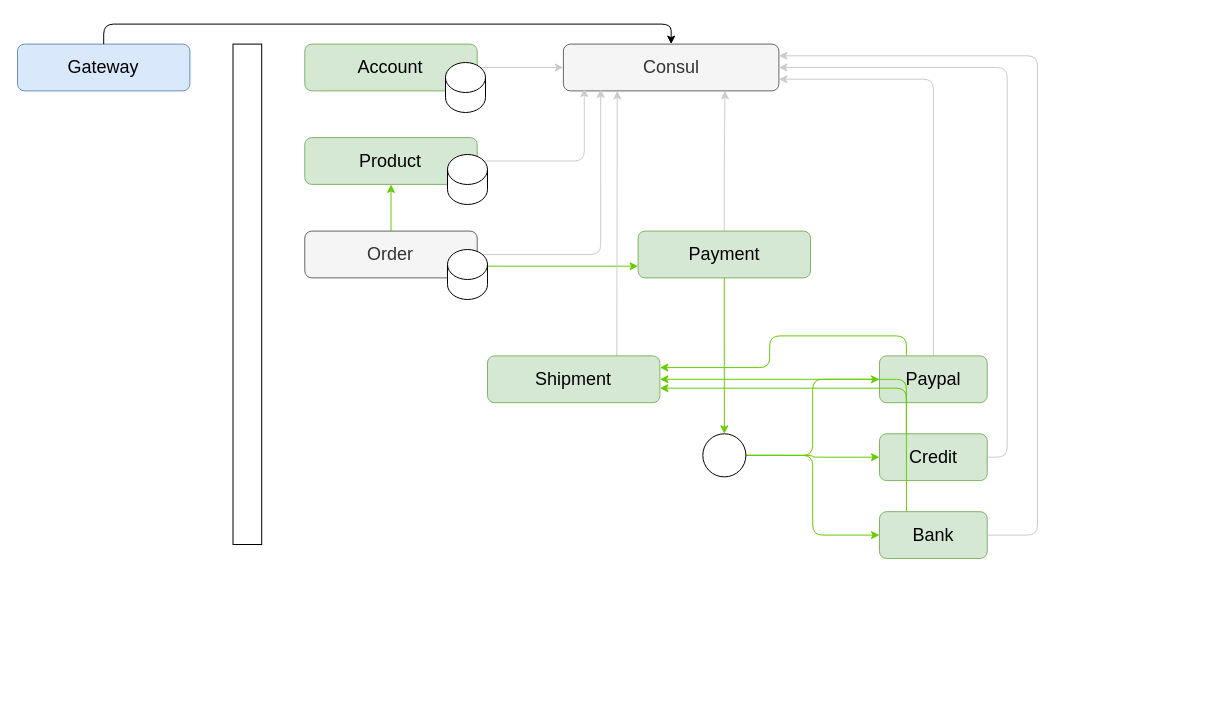
The draw.io diagram assignment.drawio in sainturb/miu-sa_rental-apartment, before the edit. Source tidied: cells renumbered, new cells numbered last; positions are measured from the earlier drawing's top-left corner, leaving out a move shared by most shapes. Both pictures are drawn from the tidied source at 100%, with x=0, y=0 at pixel (17, 28).
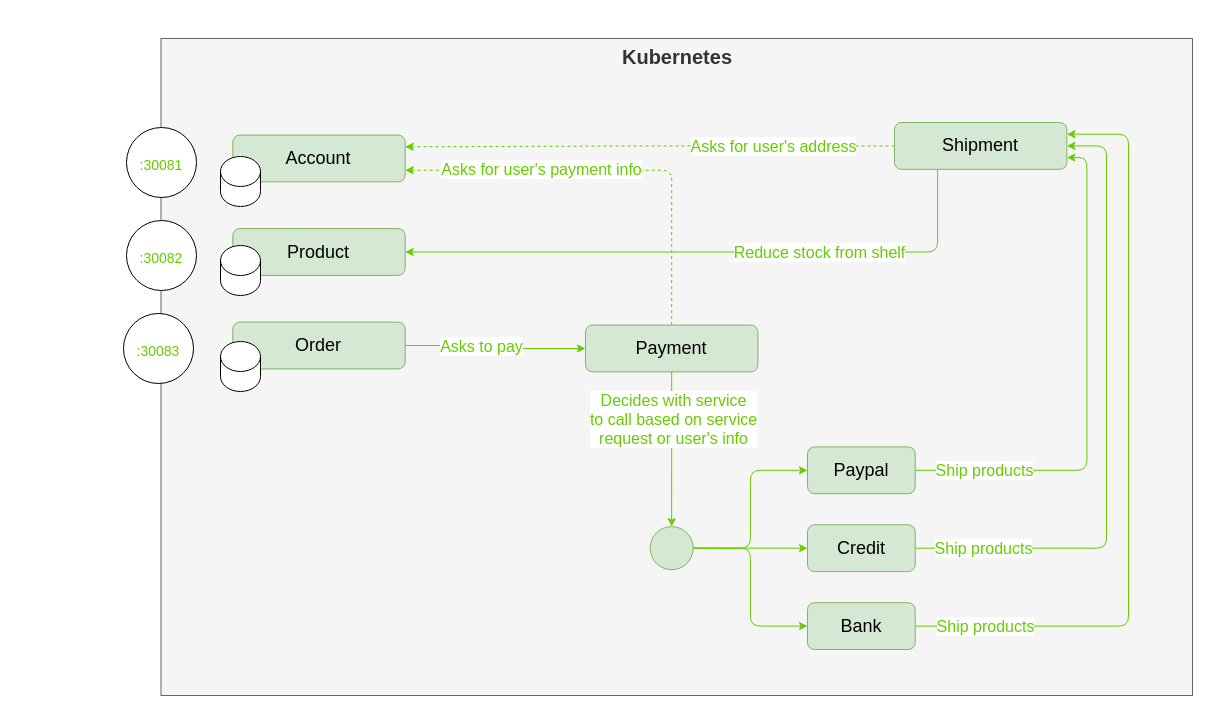
Above is the later version.

What changed in the source:
```diff
@@
-    <mxCell id="2" style="group;fontSize=18;" parent="1" vertex="1">
-      <mxGeometry width="1020" height="530" as="geometry" />
-    </mxCell>
-    <mxCell id="3" value="Gateway" style="rounded=1;whiteSpace=wrap;html=1;fillColor=#dae8fc;strokeColor=#6c8ebf;fontSize=18;" parent="2" vertex="1">
-      <mxGeometry y="15.6" width="172.4" height="46.8" as="geometry" />
-    </mxCell>
-    <mxCell id="4" value="Consul" style="rounded=1;whiteSpace=wrap;html=1;fillColor=#f5f5f5;fontColor=#333333;strokeColor=#666666;fontSize=18;" parent="2" vertex="1">
-      <mxGeometry x="545.9" y="15.6" width="215.5" height="46.8" as="geometry" />
-    </mxCell>
-    <mxCell id="5" style="edgeStyle=orthogonalEdgeStyle;rounded=1;jettySize=auto;html=1;exitX=0.5;exitY=0;exitDx=0;exitDy=0;entryX=0.5;entryY=0;entryDx=0;entryDy=0;" parent="2" edge="1" source="3" target="4">
-      <mxGeometry relative="1" as="geometry" />
-    </mxCell>
-    <mxCell id="6" style="edgeStyle=orthogonalEdgeStyle;rounded=1;jettySize=auto;html=1;exitX=1;exitY=0.5;exitDx=0;exitDy=0;entryX=0;entryY=0.5;entryDx=0;entryDy=0;strokeColor=#CCCCCC;" parent="2" edge="1" source="7" target="4">
-      <mxGeometry relative="1" as="geometry" />
-    </mxCell>
+    <mxCell id="30" value="Kubernetes" style="rounded=0;whiteSpace=wrap;html=1;fillColor=#f5f5f5;fontColor=#333333;strokeColor=#666666;verticalAlign=top;fontSize=20;fontStyle=1;" parent="1" vertex="1">
+      <mxGeometry x="143.5" y="10" width="1031.5" height="657" as="geometry" />
+    </mxCell>
+    <mxCell id="36" style="edgeStyle=orthogonalEdgeStyle;rounded=1;jettySize=auto;html=1;exitX=0;exitY=0.5;exitDx=0;exitDy=0;entryX=1;entryY=0.25;entryDx=0;entryDy=0;strokeColor=#66CC00;dashed=1;" parent="1" edge="1" source="29" target="7">
+      <mxGeometry relative="1" as="geometry" />
+    </mxCell>
+    <mxCell id="37" value="Asks for user's address" style="edgeLabel;html=1;align=center;verticalAlign=middle;fontSize=16;fontColor=#66CC00;" parent="36" vertex="1">
+      <mxGeometry x="-0.27" y="-3" relative="1" as="geometry">
+        <mxPoint x="57" y="3" as="offset" />
+      </mxGeometry>
+    </mxCell>
+    <mxCell id="38" style="edgeStyle=orthogonalEdgeStyle;rounded=1;jettySize=auto;html=1;exitX=0.25;exitY=1;exitDx=0;exitDy=0;entryX=1;entryY=0.5;entryDx=0;entryDy=0;strokeColor=#66CC00;" parent="1" edge="1" source="29" target="9">
+      <mxGeometry relative="1" as="geometry" />
+    </mxCell>
+    <mxCell id="39" value="Reduce stock from shelf" style="edgeLabel;html=1;align=center;verticalAlign=middle;fontColor=#66CC00;fontSize=16;" parent="38" vertex="1">
+      <mxGeometry x="-0.28" y="1" relative="1" as="geometry">
+        <mxPoint x="20" y="-1" as="offset" />
+      </mxGeometry>
+    </mxCell>
+    <mxCell id="29" value="Shipment" style="rounded=1;whiteSpace=wrap;html=1;fillColor=#d5e8d4;strokeColor=#82b366;fontSize=18;" parent="1" vertex="1">
+      <mxGeometry x="877" y="94" width="172.4" height="46.8" as="geometry" />
+    </mxCell>
+    <mxCell id="17" style="edgeStyle=orthogonalEdgeStyle;rounded=1;jettySize=auto;html=1;exitX=1;exitY=0.5;exitDx=0;exitDy=0;entryX=1;entryY=0.75;entryDx=0;entryDy=0;strokeColor=#66CC00;" parent="1" edge="1" source="18" target="29">
+      <mxGeometry relative="1" as="geometry" />
+    </mxCell>
+    <mxCell id="40" value="Ship products" style="edgeLabel;html=1;align=center;verticalAlign=middle;fontSize=16;fontColor=#66CC00;" parent="17" vertex="1">
+      <mxGeometry x="-0.79" relative="1" as="geometry">
+        <mxPoint x="16" as="offset" />
+      </mxGeometry>
+    </mxCell>
+    <mxCell id="34" style="edgeStyle=orthogonalEdgeStyle;rounded=1;jettySize=auto;html=1;exitX=1;exitY=0.5;exitDx=0;exitDy=0;entryX=1;entryY=0.5;entryDx=0;entryDy=0;strokeColor=#66CC00;" parent="1" edge="1" source="20" target="29">
+      <mxGeometry relative="1" as="geometry">
+        <Array as="points">
+          <mxPoint x="1089" y="520" />
+          <mxPoint x="1089" y="117" />
+        </Array>
+      </mxGeometry>
+    </mxCell>
+    <mxCell id="41" value="Ship products" style="edgeLabel;html=1;align=center;verticalAlign=middle;fontSize=16;fontColor=#66CC00;" parent="34" vertex="1">
+      <mxGeometry x="-0.81" y="3" relative="1" as="geometry">
+        <mxPoint x="8" y="3" as="offset" />
+      </mxGeometry>
+    </mxCell>
+    <mxCell id="35" style="edgeStyle=orthogonalEdgeStyle;rounded=1;jettySize=auto;html=1;exitX=1;exitY=0.5;exitDx=0;exitDy=0;strokeColor=#66CC00;entryX=1;entryY=0.25;entryDx=0;entryDy=0;" parent="1" edge="1" source="22" target="29">
+      <mxGeometry relative="1" as="geometry">
+        <Array as="points">
+          <mxPoint x="1111" y="598" />
+          <mxPoint x="1111" y="106" />
+        </Array>
+      </mxGeometry>
+    </mxCell>
+    <mxCell id="42" value="Ship products" style="edgeLabel;html=1;align=center;verticalAlign=middle;fontSize=16;fontColor=#66CC00;" parent="35" vertex="1">
+      <mxGeometry x="-0.89" y="-3" relative="1" as="geometry">
+        <mxPoint x="28" y="-3" as="offset" />
+      </mxGeometry>
+    </mxCell>
-    <mxCell id="7" value="Account" style="rounded=1;whiteSpace=wrap;html=1;fillColor=#d5e8d4;strokeColor=#82b366;fontSize=18;" parent="2" vertex="1">
-      <mxGeometry x="287.3" y="15.6" width="172.4" height="46.8" as="geometry" />
+    <mxCell id="7" value="Account" style="rounded=1;whiteSpace=wrap;html=1;fillColor=#d5e8d4;strokeColor=#82b366;fontSize=18;" parent="1" vertex="1">
+      <mxGeometry x="215.3" y="106.6" width="172.4" height="46.8" as="geometry" />
     </mxCell>
-    <mxCell id="8" style="edgeStyle=orthogonalEdgeStyle;rounded=1;jettySize=auto;html=1;exitX=1;exitY=0.5;exitDx=0;exitDy=0;entryX=0.097;entryY=0.951;entryDx=0;entryDy=0;entryPerimeter=0;strokeColor=#CCCCCC;" parent="2" edge="1" source="9" target="4">
-      <mxGeometry relative="1" as="geometry" />
-    </mxCell>
-    <mxCell id="9" value="Product" style="rounded=1;whiteSpace=wrap;html=1;fillColor=#d5e8d4;strokeColor=#82b366;fontSize=18;" parent="2" vertex="1">
-      <mxGeometry x="287.3" y="109.1" width="172.4" height="46.8" as="geometry" />
+    <mxCell id="9" value="Product" style="rounded=1;whiteSpace=wrap;html=1;fillColor=#d5e8d4;strokeColor=#82b366;fontSize=18;" parent="1" vertex="1">
+      <mxGeometry x="215.3" y="200.1" width="172.4" height="46.8" as="geometry" />
     </mxCell>
-    <mxCell id="10" style="edgeStyle=orthogonalEdgeStyle;rounded=1;jettySize=auto;html=1;exitX=1;exitY=0.5;exitDx=0;exitDy=0;entryX=0.173;entryY=0.967;entryDx=0;entryDy=0;entryPerimeter=0;strokeColor=#CCCCCC;" parent="2" edge="1" source="12" target="4">
-      <mxGeometry relative="1" as="geometry" />
-    </mxCell>
-    <mxCell id="11" style="edgeStyle=orthogonalEdgeStyle;rounded=1;jettySize=auto;html=1;exitX=0.5;exitY=0;exitDx=0;exitDy=0;entryX=0.5;entryY=1;entryDx=0;entryDy=0;strokeColor=#66CC00;fontSize=18;" parent="2" edge="1" source="12" target="9">
-      <mxGeometry relative="1" as="geometry" />
-    </mxCell>
+    <mxCell id="15" style="edgeStyle=orthogonalEdgeStyle;rounded=1;jettySize=auto;html=1;exitX=1;exitY=0.5;exitDx=0;exitDy=0;entryX=0;entryY=0.5;entryDx=0;entryDy=0;strokeColor=#66CC00;" parent="1" edge="1" source="12" target="14">
+      <mxGeometry relative="1" as="geometry" />
+    </mxCell>
+    <mxCell id="43" value="Asks to pay" style="edgeLabel;html=1;align=center;verticalAlign=middle;fontSize=16;fontColor=#66CC00;" parent="15" vertex="1">
+      <mxGeometry x="-0.17" relative="1" as="geometry" />
+    </mxCell>
-    <mxCell id="12" value="Order" style="rounded=1;whiteSpace=wrap;html=1;fillColor=#f5f5f5;strokeColor=#666666;fontSize=18;fontColor=#333333;" parent="2" vertex="1">
-      <mxGeometry x="287.3" y="202.6" width="172.4" height="46.8" as="geometry" />
+    <mxCell id="12" value="Order" style="rounded=1;whiteSpace=wrap;html=1;fillColor=#d5e8d4;strokeColor=#82b366;fontSize=18;" parent="1" vertex="1">
+      <mxGeometry x="215.3" y="293.6" width="172.4" height="46.8" as="geometry" />
     </mxCell>
-    <mxCell id="13" style="edgeStyle=orthogonalEdgeStyle;rounded=1;jettySize=auto;html=1;exitX=0.5;exitY=0;exitDx=0;exitDy=0;entryX=0.75;entryY=1;entryDx=0;entryDy=0;strokeColor=#CCCCCC;" parent="2" edge="1" source="14" target="4">
-      <mxGeometry relative="1" as="geometry" />
-    </mxCell>
+    <mxCell id="44" style="edgeStyle=orthogonalEdgeStyle;rounded=1;jettySize=auto;html=1;exitX=0.5;exitY=0;exitDx=0;exitDy=0;entryX=1;entryY=0.75;entryDx=0;entryDy=0;strokeColor=#66CC00;dashed=1;" parent="1" edge="1" source="14" target="7">
+      <mxGeometry relative="1" as="geometry" />
+    </mxCell>
+    <mxCell id="45" value="Asks for user's payment info" style="edgeLabel;html=1;align=center;verticalAlign=middle;fontSize=16;fontColor=#66CC00;" parent="44" vertex="1">
+      <mxGeometry x="-0.69" y="3" relative="1" as="geometry">
+        <mxPoint x="-128" y="-91" as="offset" />
+      </mxGeometry>
+    </mxCell>
-    <mxCell id="14" value="Payment" style="rounded=1;whiteSpace=wrap;html=1;fillColor=#d5e8d4;strokeColor=#82b366;fontSize=18;" parent="2" vertex="1">
-      <mxGeometry x="620.6" y="202.6" width="172.4" height="46.8" as="geometry" />
+    <mxCell id="14" value="Payment" style="rounded=1;whiteSpace=wrap;html=1;fillColor=#d5e8d4;strokeColor=#82b366;fontSize=18;" parent="1" vertex="1">
+      <mxGeometry x="568" y="296.6" width="172.4" height="46.8" as="geometry" />
     </mxCell>
-    <mxCell id="15" style="edgeStyle=orthogonalEdgeStyle;rounded=1;jettySize=auto;html=1;exitX=1;exitY=0.75;exitDx=0;exitDy=0;entryX=0;entryY=0.75;entryDx=0;entryDy=0;strokeColor=#66CC00;" parent="2" edge="1" source="12" target="14">
-      <mxGeometry relative="1" as="geometry" />
-    </mxCell>
-    <mxCell id="16" style="edgeStyle=orthogonalEdgeStyle;rounded=1;jettySize=auto;html=1;exitX=0.5;exitY=0;exitDx=0;exitDy=0;entryX=1;entryY=0.75;entryDx=0;entryDy=0;strokeColor=#CCCCCC;" parent="2" edge="1" source="18" target="4">
-      <mxGeometry relative="1" as="geometry" />
-    </mxCell>
-    <mxCell id="17" style="edgeStyle=orthogonalEdgeStyle;rounded=1;jettySize=auto;html=1;exitX=0.25;exitY=0;exitDx=0;exitDy=0;entryX=1;entryY=0.25;entryDx=0;entryDy=0;strokeColor=#66CC00;" parent="2" edge="1" source="18" target="29">
-      <mxGeometry relative="1" as="geometry" />
-    </mxCell>
-    <mxCell id="18" value="Paypal" style="rounded=1;whiteSpace=wrap;html=1;fillColor=#d5e8d4;strokeColor=#82b366;fontSize=18;" parent="2" vertex="1">
-      <mxGeometry x="862" y="327.4" width="107.7" height="46.8" as="geometry" />
+    <mxCell id="18" value="Paypal" style="rounded=1;whiteSpace=wrap;html=1;fillColor=#d5e8d4;strokeColor=#82b366;fontSize=18;" parent="1" vertex="1">
+      <mxGeometry x="790" y="418.4" width="107.7" height="46.8" as="geometry" />
     </mxCell>
-    <mxCell id="19" style="edgeStyle=orthogonalEdgeStyle;rounded=1;jettySize=auto;html=1;exitX=1;exitY=0.5;exitDx=0;exitDy=0;entryX=1;entryY=0.5;entryDx=0;entryDy=0;strokeColor=#CCCCCC;" parent="2" edge="1" source="20" target="4">
-      <mxGeometry relative="1" as="geometry" />
-    </mxCell>
-    <mxCell id="20" value="Credit" style="rounded=1;whiteSpace=wrap;html=1;fillColor=#d5e8d4;strokeColor=#82b366;fontSize=18;" parent="2" vertex="1">
-      <mxGeometry x="862" y="405.3" width="107.7" height="46.8" as="geometry" />
+    <mxCell id="20" value="Credit" style="rounded=1;whiteSpace=wrap;html=1;fillColor=#d5e8d4;strokeColor=#82b366;fontSize=18;" parent="1" vertex="1">
+      <mxGeometry x="790" y="496.3" width="107.7" height="46.8" as="geometry" />
     </mxCell>
-    <mxCell id="21" style="edgeStyle=orthogonalEdgeStyle;rounded=1;jettySize=auto;html=1;exitX=1;exitY=0.5;exitDx=0;exitDy=0;entryX=1;entryY=0.25;entryDx=0;entryDy=0;strokeColor=#CCCCCC;" parent="2" edge="1" source="22" target="4">
-      <mxGeometry relative="1" as="geometry">
-        <Array as="points">
-          <mxPoint x="1020" y="506.6" />
-          <mxPoint x="1020" y="28.1" />
-        </Array>
-      </mxGeometry>
-    </mxCell>
-    <mxCell id="22" value="Bank" style="rounded=1;whiteSpace=wrap;html=1;fillColor=#d5e8d4;strokeColor=#82b366;fontSize=18;" parent="2" vertex="1">
-      <mxGeometry x="862" y="483.2" width="107.7" height="46.8" as="geometry" />
+    <mxCell id="22" value="Bank" style="rounded=1;whiteSpace=wrap;html=1;fillColor=#d5e8d4;strokeColor=#82b366;fontSize=18;" parent="1" vertex="1">
+      <mxGeometry x="790" y="574.2" width="107.7" height="46.8" as="geometry" />
     </mxCell>
-    <mxCell id="23" style="edgeStyle=orthogonalEdgeStyle;rounded=1;jettySize=auto;html=1;exitX=1;exitY=0.5;exitDx=0;exitDy=0;entryX=0;entryY=0.5;entryDx=0;entryDy=0;strokeColor=#66CC00;" parent="2" edge="1" source="26" target="18">
+    <mxCell id="23" style="edgeStyle=orthogonalEdgeStyle;rounded=1;jettySize=auto;html=1;exitX=1;exitY=0.5;exitDx=0;exitDy=0;entryX=0;entryY=0.5;entryDx=0;entryDy=0;strokeColor=#66CC00;" parent="1" edge="1" source="26" target="18">
       <mxGeometry relative="1" as="geometry" />
     </mxCell>
-    <mxCell id="24" style="edgeStyle=orthogonalEdgeStyle;rounded=1;jettySize=auto;html=1;exitX=1;exitY=0.5;exitDx=0;exitDy=0;strokeColor=#66CC00;" parent="2" edge="1" source="26" target="20">
+    <mxCell id="24" style="edgeStyle=orthogonalEdgeStyle;rounded=1;jettySize=auto;html=1;exitX=1;exitY=0.5;exitDx=0;exitDy=0;strokeColor=#66CC00;" parent="1" edge="1" source="26" target="20">
       <mxGeometry relative="1" as="geometry" />
     </mxCell>
-    <mxCell id="25" style="edgeStyle=orthogonalEdgeStyle;rounded=1;jettySize=auto;html=1;exitX=1;exitY=0.5;exitDx=0;exitDy=0;entryX=0;entryY=0.5;entryDx=0;entryDy=0;strokeColor=#66CC00;" parent="2" edge="1" source="26" target="22">
+    <mxCell id="25" style="edgeStyle=orthogonalEdgeStyle;rounded=1;jettySize=auto;html=1;exitX=1;exitY=0.5;exitDx=0;exitDy=0;entryX=0;entryY=0.5;entryDx=0;entryDy=0;strokeColor=#66CC00;" parent="1" edge="1" source="26" target="22">
       <mxGeometry relative="1" as="geometry" />
     </mxCell>
-    <mxCell id="26" style="ellipse;whiteSpace=wrap;html=1;" parent="2" vertex="1">
-      <mxGeometry x="685.3" y="405.3" width="43.1" height="43.1" as="geometry" />
+    <mxCell id="26" style="ellipse;whiteSpace=wrap;html=1;fillColor=#d5e8d4;strokeColor=#82b366;" parent="1" vertex="1">
+      <mxGeometry x="632.6" y="498.1" width="43.1" height="43.1" as="geometry" />
     </mxCell>
-    <mxCell id="27" style="edgeStyle=orthogonalEdgeStyle;rounded=1;jettySize=auto;html=1;exitX=0.5;exitY=1;exitDx=0;exitDy=0;strokeColor=#66CC00;" parent="2" edge="1" source="14" target="26">
+    <mxCell id="27" style="edgeStyle=orthogonalEdgeStyle;rounded=1;jettySize=auto;html=1;exitX=0.5;exitY=1;exitDx=0;exitDy=0;strokeColor=#66CC00;" parent="1" edge="1" source="14" target="26">
       <mxGeometry relative="1" as="geometry" />
     </mxCell>
-    <mxCell id="28" style="edgeStyle=orthogonalEdgeStyle;rounded=1;jettySize=auto;html=1;exitX=0.75;exitY=0;exitDx=0;exitDy=0;entryX=0.25;entryY=1;entryDx=0;entryDy=0;strokeColor=#CCCCCC;" parent="2" edge="1" source="29" target="4">
-      <mxGeometry relative="1" as="geometry">
-        <Array as="points">
-          <mxPoint x="600" y="327" />
-        </Array>
-      </mxGeometry>
-    </mxCell>
-    <mxCell id="29" value="Shipment" style="rounded=1;whiteSpace=wrap;html=1;fillColor=#d5e8d4;strokeColor=#82b366;fontSize=18;" parent="2" vertex="1">
-      <mxGeometry x="470" y="327.4" width="172.4" height="46.8" as="geometry" />
-    </mxCell>
-    <mxCell id="30" style="rounded=0;whiteSpace=wrap;html=1;" parent="2" vertex="1">
-      <mxGeometry x="215.5" y="15.6" width="28.7" height="500.4" as="geometry" />
-    </mxCell>
+    <mxCell id="46" value="Decides with service &lt;br&gt;to call based on service &lt;br&gt;request or user's info" style="edgeLabel;html=1;align=center;verticalAlign=middle;fontSize=16;fontColor=#66CC00;" parent="27" vertex="1">
+      <mxGeometry x="-0.41" y="1" relative="1" as="geometry">
+        <mxPoint y="1" as="offset" />
+      </mxGeometry>
+    </mxCell>
-    <mxCell id="31" style="shape=cylinder3;whiteSpace=wrap;html=1;boundedLbl=1;backgroundOutline=1;size=15;" parent="2" vertex="1">
-      <mxGeometry x="428" y="34" width="40" height="50" as="geometry" />
+    <mxCell id="31" style="shape=cylinder3;whiteSpace=wrap;html=1;boundedLbl=1;backgroundOutline=1;size=15;" parent="1" vertex="1">
+      <mxGeometry x="203" y="128" width="40" height="50" as="geometry" />
     </mxCell>
-    <mxCell id="32" style="shape=cylinder3;whiteSpace=wrap;html=1;boundedLbl=1;backgroundOutline=1;size=15;" parent="2" vertex="1">
-      <mxGeometry x="430" y="126" width="40" height="50" as="geometry" />
+    <mxCell id="32" style="shape=cylinder3;whiteSpace=wrap;html=1;boundedLbl=1;backgroundOutline=1;size=15;" parent="1" vertex="1">
+      <mxGeometry x="203" y="217" width="40" height="50" as="geometry" />
     </mxCell>
-    <mxCell id="33" style="shape=cylinder3;whiteSpace=wrap;html=1;boundedLbl=1;backgroundOutline=1;size=15;" parent="2" vertex="1">
-      <mxGeometry x="430" y="221" width="40" height="50" as="geometry" />
+    <mxCell id="33" style="shape=cylinder3;whiteSpace=wrap;html=1;boundedLbl=1;backgroundOutline=1;size=15;" parent="1" vertex="1">
+      <mxGeometry x="203" y="313" width="40" height="50" as="geometry" />
     </mxCell>
-    <mxCell id="34" style="edgeStyle=orthogonalEdgeStyle;rounded=1;jettySize=auto;html=1;exitX=0.25;exitY=0;exitDx=0;exitDy=0;entryX=1;entryY=0.5;entryDx=0;entryDy=0;strokeColor=#66CC00;" parent="2" edge="1" source="20" target="29">
-      <mxGeometry relative="1" as="geometry" />
-    </mxCell>
-    <mxCell id="35" style="edgeStyle=orthogonalEdgeStyle;rounded=1;jettySize=auto;html=1;exitX=0.25;exitY=0;exitDx=0;exitDy=0;entryX=1;entryY=0.69;entryDx=0;entryDy=0;entryPerimeter=0;strokeColor=#66CC00;" parent="2" edge="1" source="22" target="29">
-      <mxGeometry relative="1" as="geometry" />
-    </mxCell>
+    <mxCell id="47" value="&lt;font style=&quot;font-size: 14px;&quot;&gt;:30081&lt;/font&gt;" style="ellipse;whiteSpace=wrap;html=1;fontSize=20;fontColor=#66CC00;" parent="1" vertex="1">
+      <mxGeometry x="109" y="99" width="70" height="70" as="geometry" />
+    </mxCell>
+    <mxCell id="48" value="&lt;font style=&quot;font-size: 14px;&quot;&gt;:30082&lt;/font&gt;" style="ellipse;whiteSpace=wrap;html=1;fontSize=20;fontColor=#66CC00;" parent="1" vertex="1">
+      <mxGeometry x="109" y="192" width="70" height="70" as="geometry" />
+    </mxCell>
+    <mxCell id="49" value="&lt;font style=&quot;font-size: 14px;&quot;&gt;:30083&lt;/font&gt;" style="ellipse;whiteSpace=wrap;html=1;fontSize=20;fontColor=#66CC00;" parent="1" vertex="1">
+      <mxGeometry x="106" y="285" width="70" height="70" as="geometry" />
+    </mxCell>
```
